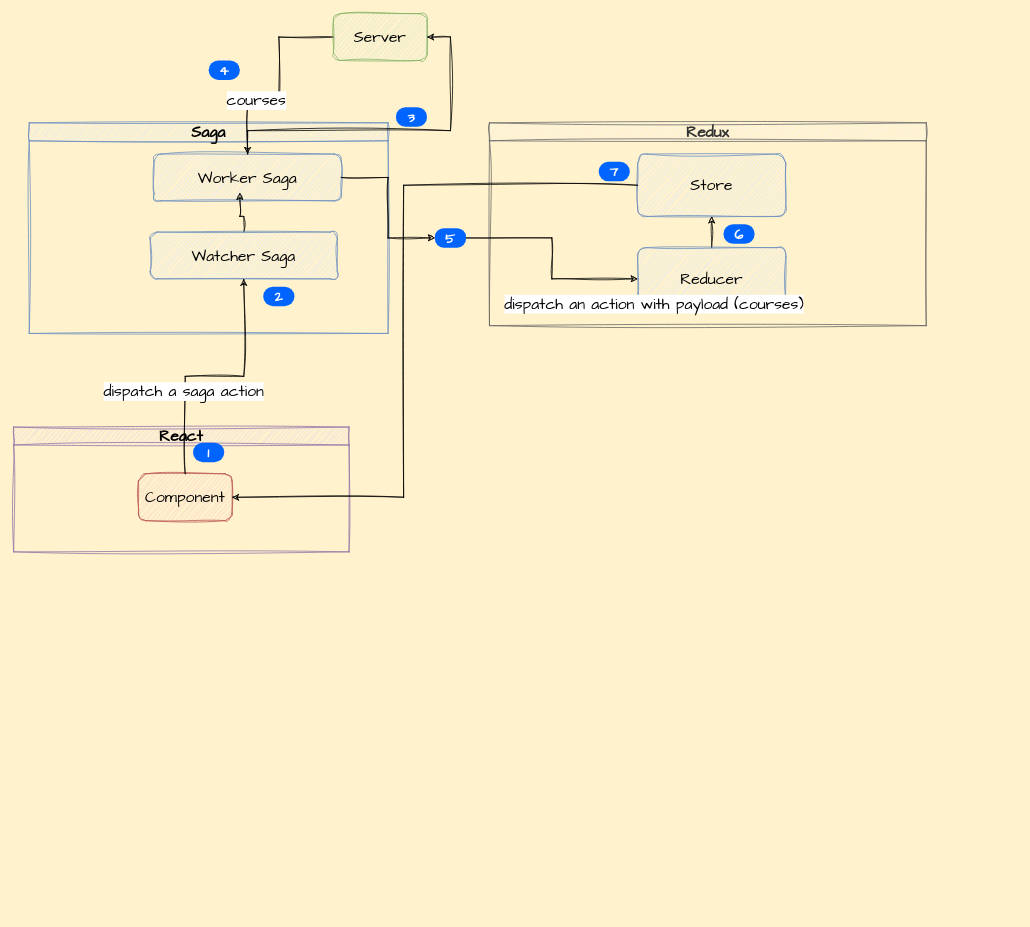
The draw.io diagram page "Page-4" (4 of 4) of Supporting Docs/React_Synechron_July23.drawio in SumeetWajpe/Synechron_React_July_2023, before the edit. Source tidied: cells renumbered, new cells numbered last; positions are measured from the earlier drawing's top-left corner, leaving out a move shared by most shapes. Both pictures are drawn from the tidied source at 78%, with x=0, y=0 at pixel (13, 13). Pictures stored in the file or linked from it are replaced by grey dashed boxes.
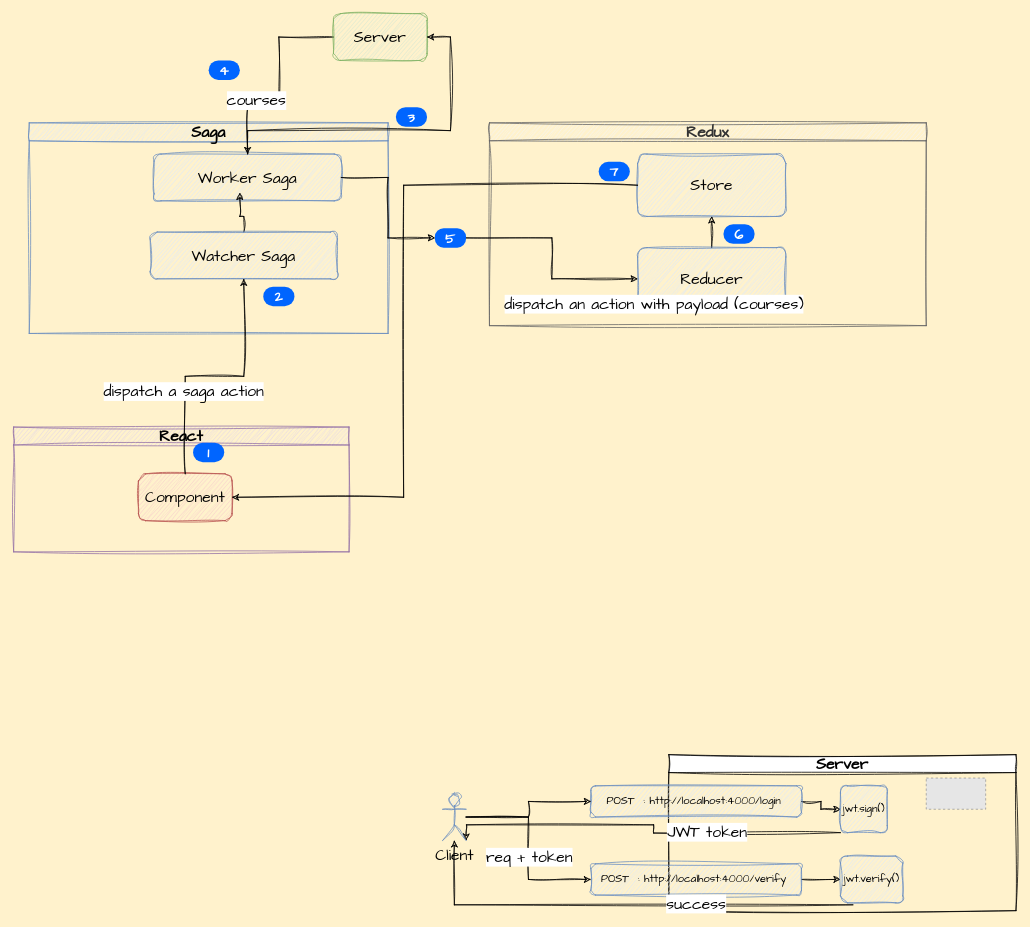
Above is the later version.

The edit, as a diff of the source:
```diff
@@
+    <mxCell id="29" value="Server" style="swimlane;whiteSpace=wrap;html=1;sketch=1;hachureGap=4;jiggle=2;curveFitting=1;fontFamily=Architects Daughter;fontSize=20;" parent="1" vertex="1">
+      <mxGeometry x="840" y="950" width="445" height="200" as="geometry" />
+    </mxCell>
+    <mxCell id="30" style="fillColor=#E6E6E6;strokeColor=#999999;dashed=1;verticalLabelPosition=bottom;verticalAlign=top;fontFamily=Architects Daughter;fontSize=20;" parent="29" vertex="1">
+      <mxGeometry x="330" y="30" width="76.2" height="40" as="geometry" />
+    </mxCell>
+    <mxCell id="31" style="edgeStyle=orthogonalEdgeStyle;rounded=0;sketch=1;hachureGap=4;jiggle=2;curveFitting=1;jettySize=auto;html=1;fontFamily=Architects Daughter;fontSize=16;" parent="29" edge="1" source="32" target="35">
+      <mxGeometry relative="1" as="geometry" />
+    </mxCell>
+    <mxCell id="32" value="POST&amp;nbsp; : http://localhost:4000/login&amp;nbsp;" style="rounded=1;whiteSpace=wrap;html=1;sketch=1;hachureGap=4;jiggle=2;curveFitting=1;fontFamily=Architects Daughter;fontSize=14;fillColor=#dae8fc;strokeColor=#6c8ebf;" parent="29" vertex="1">
+      <mxGeometry x="-100" y="40" width="270" height="40" as="geometry" />
+    </mxCell>
+    <mxCell id="33" style="edgeStyle=orthogonalEdgeStyle;rounded=0;sketch=1;hachureGap=4;jiggle=2;curveFitting=1;jettySize=auto;html=1;fontFamily=Architects Daughter;fontSize=16;" parent="29" edge="1" source="34" target="38">
+      <mxGeometry relative="1" as="geometry" />
+    </mxCell>
+    <mxCell id="34" value="POST&amp;nbsp; : http://localhost:4000/verify&amp;nbsp;" style="rounded=1;whiteSpace=wrap;html=1;sketch=1;hachureGap=4;jiggle=2;curveFitting=1;fontFamily=Architects Daughter;fontSize=14;fillColor=#dae8fc;strokeColor=#6c8ebf;" parent="29" vertex="1">
+      <mxGeometry x="-100" y="140" width="270" height="40" as="geometry" />
+    </mxCell>
+    <mxCell id="35" value="jwt.sign()" style="whiteSpace=wrap;html=1;fontSize=14;fontFamily=Architects Daughter;fillColor=#dae8fc;strokeColor=#6c8ebf;rounded=1;sketch=1;hachureGap=4;jiggle=2;curveFitting=1;" parent="29" vertex="1">
+      <mxGeometry x="220" y="40" width="60" height="60" as="geometry" />
+    </mxCell>
+    <mxCell id="36" style="edgeStyle=orthogonalEdgeStyle;rounded=0;sketch=1;hachureGap=4;jiggle=2;curveFitting=1;orthogonalLoop=1;jettySize=auto;html=1;fontFamily=Architects Daughter;fontSize=16;" parent="29" edge="1">
+      <mxGeometry relative="1" as="geometry">
+        <mxPoint x="220" y="100" as="sourcePoint" />
+        <mxPoint x="-260" y="110" as="targetPoint" />
+      </mxGeometry>
+    </mxCell>
+    <mxCell id="37" value="JWT token" style="edgeLabel;html=1;align=center;verticalAlign=middle;fontSize=20;fontFamily=Architects Daughter;" parent="36" vertex="1">
+      <mxGeometry x="-0.33" y="-2" relative="1" as="geometry" />
+    </mxCell>
+    <mxCell id="38" value="jwt.verify()" style="whiteSpace=wrap;html=1;fontSize=14;fontFamily=Architects Daughter;fillColor=#dae8fc;strokeColor=#6c8ebf;rounded=1;sketch=1;hachureGap=4;jiggle=2;curveFitting=1;" parent="29" vertex="1">
+      <mxGeometry x="220" y="130" width="80" height="60" as="geometry" />
+    </mxCell>
+    <mxCell id="39" style="edgeStyle=orthogonalEdgeStyle;rounded=0;sketch=1;hachureGap=4;jiggle=2;curveFitting=1;jettySize=auto;html=1;entryX=0;entryY=0.5;entryDx=0;entryDy=0;fontFamily=Architects Daughter;fontSize=16;" parent="1" edge="1" source="42" target="32">
+      <mxGeometry relative="1" as="geometry" />
+    </mxCell>
+    <mxCell id="40" style="edgeStyle=orthogonalEdgeStyle;rounded=0;sketch=1;hachureGap=4;jiggle=2;curveFitting=1;jettySize=auto;html=1;entryX=0;entryY=0.5;entryDx=0;entryDy=0;fontFamily=Architects Daughter;fontSize=16;" parent="1" edge="1" source="42" target="34">
+      <mxGeometry relative="1" as="geometry" />
+    </mxCell>
+    <mxCell id="41" value="req + token" style="edgeLabel;html=1;align=center;verticalAlign=middle;fontSize=20;fontFamily=Architects Daughter;" parent="40" vertex="1">
+      <mxGeometry x="0.21" relative="1" as="geometry">
+        <mxPoint y="-15" as="offset" />
+      </mxGeometry>
+    </mxCell>
+    <mxCell id="42" value="Client" style="shape=umlActor;verticalLabelPosition=bottom;verticalAlign=top;html=1;outlineConnect=0;sketch=1;hachureGap=4;jiggle=2;curveFitting=1;fontFamily=Architects Daughter;fontSize=20;fillColor=#dae8fc;strokeColor=#6c8ebf;" parent="1" vertex="1">
+      <mxGeometry x="550" y="1000" width="30" height="60" as="geometry" />
+    </mxCell>
+    <mxCell id="43" style="edgeStyle=orthogonalEdgeStyle;rounded=0;sketch=1;hachureGap=4;jiggle=2;curveFitting=1;jettySize=auto;html=1;fontFamily=Architects Daughter;fontSize=16;exitX=0.2;exitY=1.042;exitDx=0;exitDy=0;exitPerimeter=0;" parent="1" edge="1" source="38" target="42">
+      <mxGeometry relative="1" as="geometry" />
+    </mxCell>
+    <mxCell id="44" value="success" style="edgeLabel;html=1;align=center;verticalAlign=middle;fontSize=20;fontFamily=Architects Daughter;" parent="43" vertex="1">
+      <mxGeometry x="-0.32" y="-2" relative="1" as="geometry" />
+    </mxCell>
```
